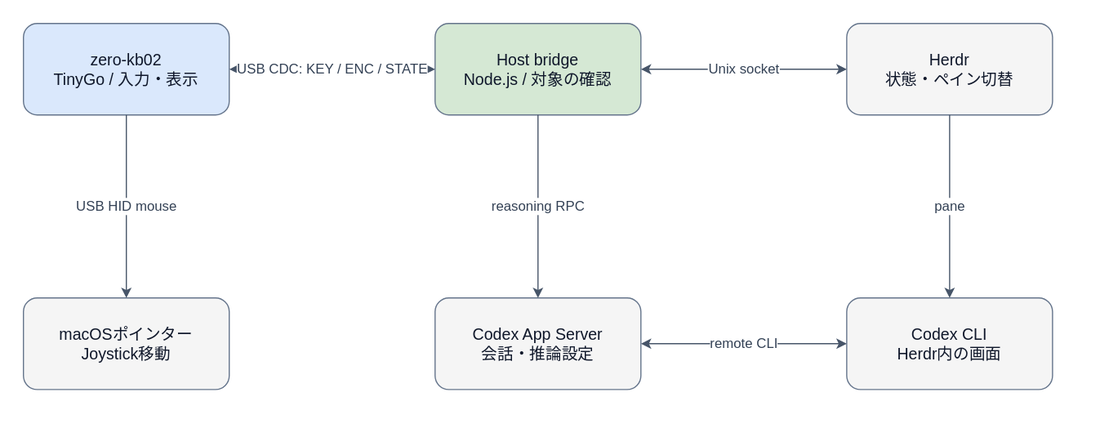
The draw.io diagram assets/architecture-ja.drawio.svg in hoki621/codex-zero-kb02, before a commit. Source tidied: cells renumbered, new cells last; positions are measured from the earlier drawing's top-left corner, leaving out a move shared by most shapes.
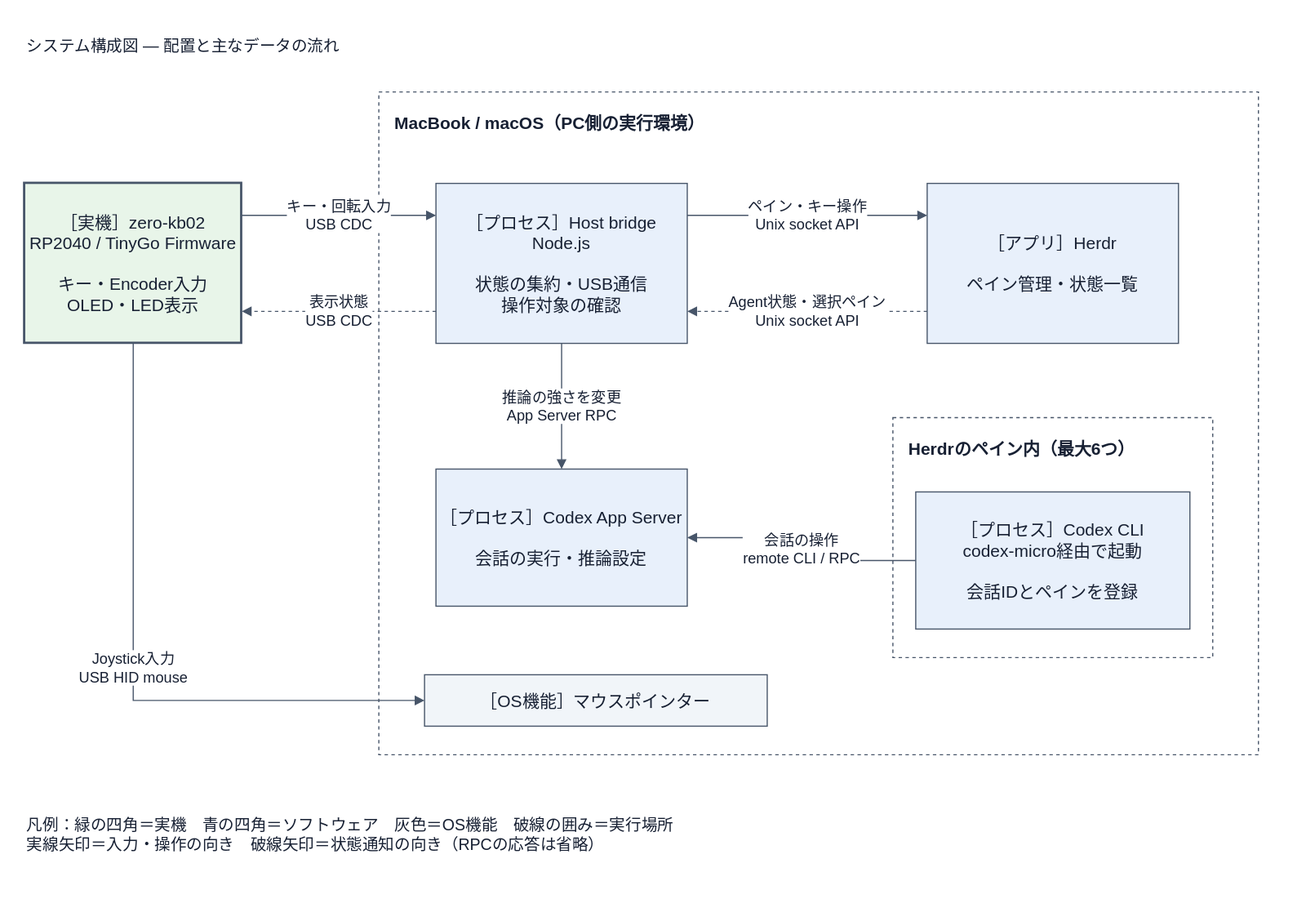
After the change.

The edit, as a diff of the source:
```diff
@@ -2,41 +2,56 @@
   <root>
     <mxCell id="0" />
     <mxCell id="1" parent="0" />
-    <mxCell id="2" value="zero-kb02&#10;TinyGo / 入力・表示" style="rounded=1;whiteSpace=wrap;html=1;fillColor=#dae8fc;strokeColor=#64748b;fontColor=#0f172a;fontSize=14;" parent="1" vertex="1">
-      <mxGeometry width="180" height="80" as="geometry" />
-    </mxCell>
+    <mxCell id="14" value="システム構成図 — 配置と主なデータの流れ" style="text;html=1;whiteSpace=wrap;fontSize=14;align=left;verticalAlign=middle;fontColor=#172033;" parent="1" vertex="1">
+      <mxGeometry y="-140" width="1060" height="40" as="geometry" />
+    </mxCell>
+    <mxCell id="15" value="MacBook / macOS（PC側の実行環境）" style="rounded=0;whiteSpace=wrap;html=1;fontSize=15;fontColor=#172033;strokeColor=#475569;fillColor=#e8f0fb;fillColor=none;dashed=1;verticalAlign=top;align=left;spacingTop=12;spacingLeft=12;fontStyle=1;" parent="1" vertex="1">
+      <mxGeometry x="310" y="-80" width="770" height="580" as="geometry" />
+    </mxCell>
-    <mxCell id="3" value="Host bridge&#10;Node.js / 対象の確認" style="rounded=1;whiteSpace=wrap;html=1;fillColor=#d5e8d4;strokeColor=#64748b;fontColor=#0f172a;fontSize=14;" parent="1" vertex="1">
-      <mxGeometry x="360" width="180" height="80" as="geometry" />
+    <mxCell id="3" value="［プロセス］Host bridge&lt;br&gt;Node.js&lt;br&gt;&lt;br&gt;状態の集約・USB通信&lt;br&gt;操作対象の確認" style="rounded=0;whiteSpace=wrap;html=1;fontSize=15;fontColor=#172033;strokeColor=#475569;fillColor=#e8f0fb;" parent="15" vertex="1">
+      <mxGeometry x="50" y="80" width="220" height="140" as="geometry" />
     </mxCell>
-    <mxCell id="4" value="Herdr&#10;状態・ペイン切替" style="rounded=1;whiteSpace=wrap;html=1;fillColor=#f5f5f5;strokeColor=#64748b;fontColor=#0f172a;fontSize=14;" parent="1" vertex="1">
-      <mxGeometry x="720" width="180" height="80" as="geometry" />
+    <mxCell id="4" value="［アプリ］Herdr&lt;br&gt;&lt;br&gt;ペイン管理・状態一覧" style="rounded=0;whiteSpace=wrap;html=1;fontSize=15;fontColor=#172033;strokeColor=#475569;fillColor=#e8f0fb;" parent="15" vertex="1">
+      <mxGeometry x="480" y="80" width="220" height="140" as="geometry" />
     </mxCell>
+    <mxCell id="6" value="［プロセス］Codex App Server&lt;br&gt;&lt;br&gt;会話の実行・推論設定" style="rounded=0;whiteSpace=wrap;html=1;fontSize=15;fontColor=#172033;strokeColor=#475569;fillColor=#e8f0fb;" parent="15" vertex="1">
+      <mxGeometry x="50" y="330" width="220" height="120" as="geometry" />
+    </mxCell>
+    <mxCell id="16" value="Herdrのペイン内（最大6つ）" style="rounded=0;whiteSpace=wrap;html=1;fontSize=15;fontColor=#172033;strokeColor=#475569;fillColor=#e8f0fb;fillColor=none;dashed=1;verticalAlign=top;align=left;spacingTop=12;spacingLeft=12;fontStyle=1;" parent="15" vertex="1">
+      <mxGeometry x="450" y="285" width="280" height="210" as="geometry" />
+    </mxCell>
+    <mxCell id="7" value="［プロセス］Codex CLI&lt;br&gt;codex-micro経由で起動&lt;br&gt;&lt;br&gt;会話IDとペインを登録" style="rounded=0;whiteSpace=wrap;html=1;fontSize=15;fontColor=#172033;strokeColor=#475569;fillColor=#e8f0fb;" parent="16" vertex="1">
+      <mxGeometry x="20" y="65" width="240" height="120" as="geometry" />
+    </mxCell>
-    <mxCell id="5" value="macOSポインター&#10;Joystick移動" style="rounded=1;whiteSpace=wrap;html=1;fillColor=#f5f5f5;strokeColor=#64748b;fontColor=#0f172a;fontSize=14;" parent="1" vertex="1">
-      <mxGeometry y="240" width="180" height="80" as="geometry" />
+    <mxCell id="5" value="［OS機能］マウスポインター" style="rounded=0;whiteSpace=wrap;html=1;fontSize=15;fontColor=#172033;strokeColor=#475569;fillColor=#e8f0fb;fillColor=#f1f5f9;" parent="15" vertex="1">
+      <mxGeometry x="40" y="510" width="300" height="45" as="geometry" />
     </mxCell>
-    <mxCell id="6" value="Codex App Server&#10;会話・推論設定" style="rounded=1;whiteSpace=wrap;html=1;fillColor=#f5f5f5;strokeColor=#64748b;fontColor=#0f172a;fontSize=14;" parent="1" vertex="1">
-      <mxGeometry x="360" y="240" width="180" height="80" as="geometry" />
-    </mxCell>
-    <mxCell id="7" value="Codex CLI&#10;Herdr内の画面" style="rounded=1;whiteSpace=wrap;html=1;fillColor=#f5f5f5;strokeColor=#64748b;fontColor=#0f172a;fontSize=14;" parent="1" vertex="1">
-      <mxGeometry x="720" y="240" width="180" height="80" as="geometry" />
-    </mxCell>
-    <mxCell id="8" value="USB CDC: KEY / ENC / STATE" style="edgeStyle=orthogonalEdgeStyle;rounded=1;html=1;endArrow=classic;strokeColor=#475569;fontColor=#334155;fontSize=12;labelBackgroundColor=#ffffff;startArrow=classic;" parent="1" edge="1" source="2" target="3">
-      <mxGeometry relative="1" as="geometry" />
-    </mxCell>
-    <mxCell id="9" value="Unix socket" style="edgeStyle=orthogonalEdgeStyle;rounded=1;html=1;endArrow=classic;strokeColor=#475569;fontColor=#334155;fontSize=12;labelBackgroundColor=#ffffff;startArrow=classic;" parent="1" edge="1" source="3" target="4">
+    <mxCell id="9" value="ペイン・キー操作&lt;br&gt;Unix socket API" style="edgeStyle=orthogonalEdgeStyle;rounded=0;html=1;endArrow=block;endFill=1;strokeColor=#475569;fontColor=#172033;fontSize=13;labelBackgroundColor=#ffffff;exitX=1;exitY=0.2;entryX=0;entryY=0.2;" parent="15" edge="1" source="3" target="4">
       <mxGeometry relative="1" as="geometry" />
     </mxCell>
+    <mxCell id="17" value="Agent状態・選択ペイン&lt;br&gt;Unix socket API" style="edgeStyle=orthogonalEdgeStyle;rounded=0;html=1;endArrow=block;endFill=1;strokeColor=#475569;fontColor=#172033;fontSize=13;labelBackgroundColor=#ffffff;exitX=0;exitY=0.8;entryX=1;entryY=0.8;dashed=1;" parent="15" edge="1" source="4" target="3">
+      <mxGeometry relative="1" as="geometry" />
+    </mxCell>
-    <mxCell id="10" value="reasoning RPC" style="edgeStyle=orthogonalEdgeStyle;rounded=1;html=1;endArrow=classic;strokeColor=#475569;fontColor=#334155;fontSize=12;labelBackgroundColor=#ffffff;" parent="1" edge="1" source="3" target="6">
+    <mxCell id="10" value="推論の強さを変更&lt;br&gt;App Server RPC" style="edgeStyle=orthogonalEdgeStyle;rounded=0;html=1;endArrow=block;endFill=1;strokeColor=#475569;fontColor=#172033;fontSize=13;labelBackgroundColor=#ffffff;" parent="15" edge="1" source="3" target="6">
       <mxGeometry relative="1" as="geometry" />
     </mxCell>
-    <mxCell id="11" value="remote CLI" style="edgeStyle=orthogonalEdgeStyle;rounded=1;html=1;endArrow=classic;strokeColor=#475569;fontColor=#334155;fontSize=12;labelBackgroundColor=#ffffff;startArrow=classic;" parent="1" edge="1" source="7" target="6">
+    <mxCell id="11" value="会話の操作&lt;br&gt;remote CLI / RPC" style="edgeStyle=orthogonalEdgeStyle;rounded=0;html=1;endArrow=block;endFill=1;strokeColor=#475569;fontColor=#172033;fontSize=13;labelBackgroundColor=#ffffff;" parent="15" edge="1" source="7" target="6">
       <mxGeometry relative="1" as="geometry" />
     </mxCell>
-    <mxCell id="12" value="pane" style="edgeStyle=orthogonalEdgeStyle;rounded=1;html=1;endArrow=classic;strokeColor=#475569;fontColor=#334155;fontSize=12;labelBackgroundColor=#ffffff;" parent="1" edge="1" source="4" target="7">
-      <mxGeometry relative="1" as="geometry" />
-    </mxCell>
+    <mxCell id="2" value="［実機］zero-kb02&lt;br&gt;RP2040 / TinyGo Firmware&lt;br&gt;&lt;br&gt;キー・Encoder入力&lt;br&gt;OLED・LED表示" style="rounded=0;whiteSpace=wrap;html=1;fontSize=15;fontColor=#172033;strokeColor=#475569;fillColor=#e8f0fb;fillColor=#e8f5e9;strokeWidth=2;" parent="1" vertex="1">
+      <mxGeometry width="190" height="140" as="geometry" />
+    </mxCell>
+    <mxCell id="8" value="キー・回転入力&lt;br&gt;USB CDC" style="edgeStyle=orthogonalEdgeStyle;rounded=0;html=1;endArrow=block;endFill=1;strokeColor=#475569;fontColor=#172033;fontSize=13;labelBackgroundColor=#ffffff;exitX=1;exitY=0.2;entryX=0;entryY=0.2;" parent="1" edge="1" source="2" target="3">
+      <mxGeometry relative="1" as="geometry" />
+    </mxCell>
+    <mxCell id="18" value="表示状態&lt;br&gt;USB CDC" style="edgeStyle=orthogonalEdgeStyle;rounded=0;html=1;endArrow=block;endFill=1;strokeColor=#475569;fontColor=#172033;fontSize=13;labelBackgroundColor=#ffffff;exitX=0;exitY=0.8;entryX=1;entryY=0.8;dashed=1;" parent="1" edge="1" source="3" target="2">
+      <mxGeometry relative="1" as="geometry" />
+    </mxCell>
-    <mxCell id="13" value="USB HID mouse" style="edgeStyle=orthogonalEdgeStyle;rounded=1;html=1;endArrow=classic;strokeColor=#475569;fontColor=#334155;fontSize=12;labelBackgroundColor=#ffffff;" parent="1" edge="1" source="2" target="5">
+    <mxCell id="13" value="Joystick入力&lt;br&gt;USB HID mouse" style="edgeStyle=orthogonalEdgeStyle;rounded=0;html=1;endArrow=block;endFill=1;strokeColor=#475569;fontColor=#172033;fontSize=13;labelBackgroundColor=#ffffff;exitX=0.5;exitY=1;entryX=0;entryY=0.5;" parent="1" edge="1" source="2" target="5">
       <mxGeometry relative="1" as="geometry" />
     </mxCell>
+    <mxCell id="19" value="凡例：緑の四角＝実機　青の四角＝ソフトウェア　灰色＝OS機能　破線の囲み＝実行場所&lt;br&gt;実線矢印＝入力・操作の向き　破線矢印＝状態通知の向き（RPCの応答は省略）" style="text;html=1;whiteSpace=wrap;fontSize=14;align=left;verticalAlign=middle;fontColor=#172033;" parent="1" vertex="1">
+      <mxGeometry y="535" width="1080" height="70" as="geometry" />
+    </mxCell>
   </root>
 </mxGraphModel>
```
